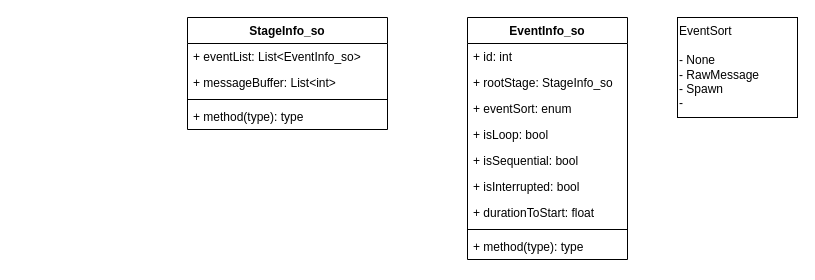
This is Concept/이용욱/StageAndEvent.drawio from ashibar/projectY, a draw.io file, before an edit. Source tidied: cells renumbered, new cells numbered last; positions are measured from the earlier drawing's top-left corner, leaving out a move shared by most shapes. Both pictures are drawn from the tidied source at 100%, with x=0, y=0 at pixel (187, 17).
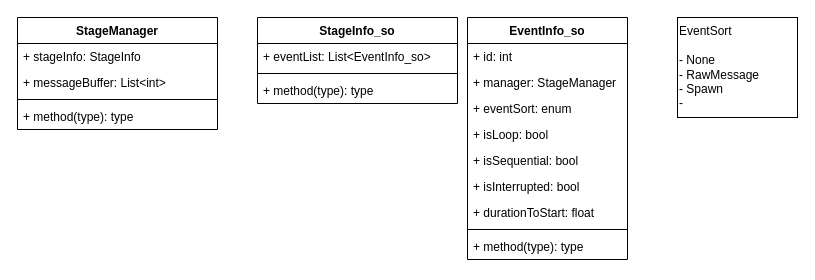
The same page after the edit.

The change refers to these unchanged cells:
```xml
<mxCell id="7" value="EventInfo_so" style="swimlane;fontStyle=1;align=center;verticalAlign=top;horizontal=1;startSize=26;whiteSpace=wrap;html=1;" parent="1" vertex="1">
  <mxGeometry x="280" width="160" height="242" as="geometry" />
</mxCell>
```

Diff of the diagram source:
```diff
@@
     <mxCell id="2" value="StageInfo_so" style="swimlane;fontStyle=1;align=center;verticalAlign=top;horizontal=1;startSize=26;whiteSpace=wrap;html=1;" parent="1" vertex="1">
-      <mxGeometry width="200" height="112" as="geometry" />
+      <mxGeometry x="70" width="200" height="86" as="geometry" />
     </mxCell>
@@
-    <mxCell id="4" value="+ messageBuffer: List&amp;lt;int&amp;gt;" style="text;strokeColor=none;fillColor=none;align=left;verticalAlign=top;spacingLeft=4;spacingRight=4;overflow=hidden;whiteSpace=wrap;html=1;" parent="2" vertex="1">
-      <mxGeometry y="52" width="200" height="26" as="geometry" />
-    </mxCell>
     <mxCell id="5" style="line;strokeWidth=1;fillColor=none;align=left;verticalAlign=middle;spacingTop=-1;spacingLeft=3;spacingRight=3;labelPosition=right;strokeColor=inherit;" parent="2" vertex="1">
-      <mxGeometry y="78" width="200" height="8" as="geometry" />
+      <mxGeometry y="52" width="200" height="8" as="geometry" />
     </mxCell>
     <mxCell id="6" value="+ method(type): type" style="text;strokeColor=none;fillColor=none;align=left;verticalAlign=top;spacingLeft=4;spacingRight=4;overflow=hidden;whiteSpace=wrap;html=1;" parent="2" vertex="1">
-      <mxGeometry y="86" width="200" height="26" as="geometry" />
+      <mxGeometry y="60" width="200" height="26" as="geometry" />
     </mxCell>
@@
-    <mxCell id="9" value="+ rootStage: StageInfo_so" style="text;strokeColor=none;fillColor=none;align=left;verticalAlign=top;spacingLeft=4;spacingRight=4;overflow=hidden;whiteSpace=wrap;html=1;" parent="7" vertex="1">
+    <mxCell id="9" value="+ manager: StageManager" style="text;strokeColor=none;fillColor=none;align=left;verticalAlign=top;spacingLeft=4;spacingRight=4;overflow=hidden;whiteSpace=wrap;html=1;" parent="7" vertex="1">
       <mxGeometry y="52" width="160" height="26" as="geometry" />
     </mxCell>
@@
+    <mxCell id="18" value="StageManager" style="swimlane;fontStyle=1;align=center;verticalAlign=top;horizontal=1;startSize=26;whiteSpace=wrap;html=1;" parent="1" vertex="1">
+      <mxGeometry x="-170" width="200" height="112" as="geometry" />
+    </mxCell>
+    <mxCell id="19" value="+ stageInfo: StageInfo" style="text;strokeColor=none;fillColor=none;align=left;verticalAlign=top;spacingLeft=4;spacingRight=4;overflow=hidden;whiteSpace=wrap;html=1;" parent="18" vertex="1">
+      <mxGeometry y="26" width="200" height="26" as="geometry" />
+    </mxCell>
+    <mxCell id="4" value="+ messageBuffer: List&amp;lt;int&amp;gt;" style="text;strokeColor=none;fillColor=none;align=left;verticalAlign=top;spacingLeft=4;spacingRight=4;overflow=hidden;whiteSpace=wrap;html=1;" parent="18" vertex="1">
+      <mxGeometry y="52" width="200" height="26" as="geometry" />
+    </mxCell>
+    <mxCell id="20" style="line;strokeWidth=1;fillColor=none;align=left;verticalAlign=middle;spacingTop=-1;spacingLeft=3;spacingRight=3;labelPosition=right;strokeColor=inherit;" parent="18" vertex="1">
+      <mxGeometry y="78" width="200" height="8" as="geometry" />
+    </mxCell>
+    <mxCell id="21" value="+ method(type): type" style="text;strokeColor=none;fillColor=none;align=left;verticalAlign=top;spacingLeft=4;spacingRight=4;overflow=hidden;whiteSpace=wrap;html=1;" parent="18" vertex="1">
+      <mxGeometry y="86" width="200" height="26" as="geometry" />
+    </mxCell>
```
